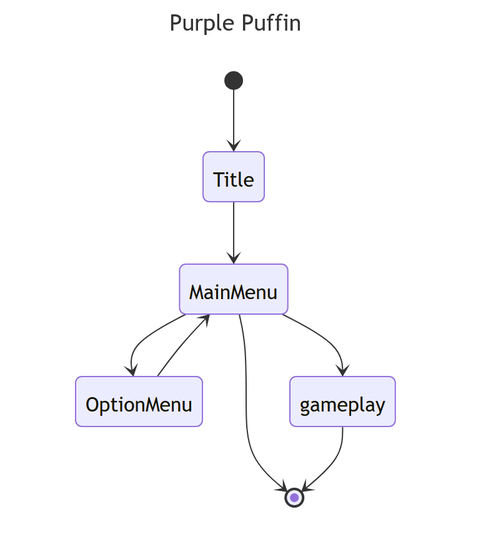
Above: game-scene-state.png in nolanegly/purple-puffin (Mermaid), before the change. Its source is kept beside it as game-scene-state.mermaid.
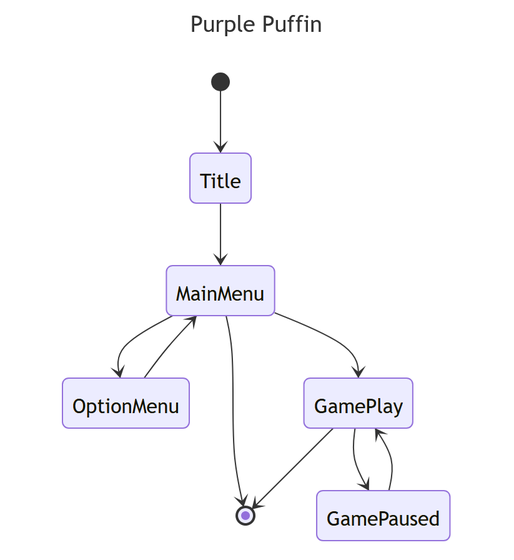
Above is the later version.

Commit message:
Add a game paused scene

What changed in the source:
```diff
@@ -7,6 +7,8 @@
     Title--> MainMenu
     MainMenu--> OptionMenu
     OptionMenu --> MainMenu
-    MainMenu --> gameplay
+    MainMenu --> GamePlay
     MainMenu --> [*]
-    gameplay --> [*]
+    GamePlay --> [*]
+    GamePlay --> GamePaused
+    GamePaused --> GamePlay
```
